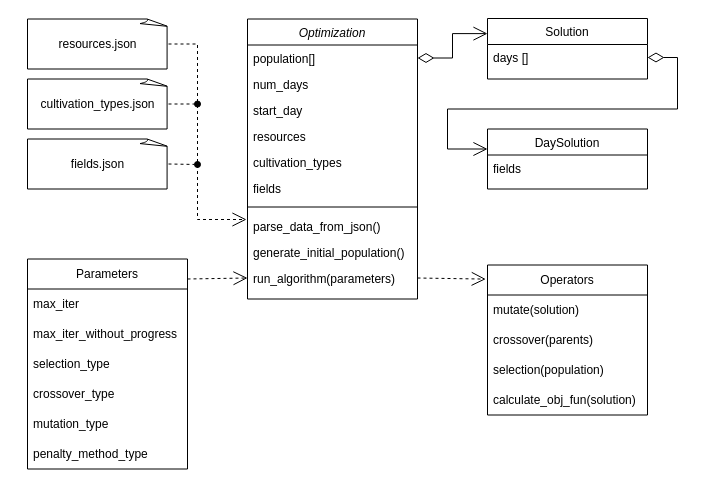
Above: doc/Untitled.drawio in hudaszekpiotr/InzynierkaProgram (draw.io), before the change. Source tidied: cells renumbered, new cells numbered last; positions are measured from the earlier drawing's top-left corner, leaving out a move shared by most shapes. Both pictures are drawn from the tidied source at 100%, with x=0, y=0 at pixel (27, 18).
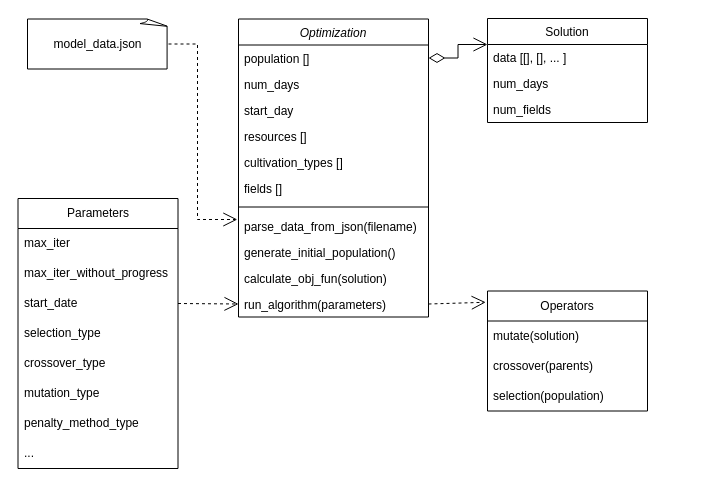
Above is the later version.

Change to the diagram source:
```diff
@@
     <mxCell id="2" value="Optimization" style="swimlane;fontStyle=2;align=center;verticalAlign=top;horizontal=1;startSize=26;rounded=0;shadow=0;strokeWidth=1;" parent="1" vertex="1">
-      <mxGeometry x="220" y="0.5" width="170" height="280" as="geometry" />
+      <mxGeometry x="211" y="0.5" width="190" height="298" as="geometry" />
     </mxCell>
-    <mxCell id="3" value="population[]" style="text;align=left;verticalAlign=top;spacingLeft=4;spacingRight=4;overflow=hidden;points=[[0,0.5],[1,0.5]];portConstraint=eastwest;" parent="2" vertex="1">
-      <mxGeometry y="26" width="170" height="26" as="geometry" />
+    <mxCell id="3" value="population []" style="text;align=left;verticalAlign=top;spacingLeft=4;spacingRight=4;overflow=hidden;points=[[0,0.5],[1,0.5]];portConstraint=eastwest;" parent="2" vertex="1">
+      <mxGeometry y="26" width="190" height="26" as="geometry" />
     </mxCell>
     <mxCell id="4" value="num_days" style="text;align=left;verticalAlign=top;spacingLeft=4;spacingRight=4;overflow=hidden;" parent="2" vertex="1">
-      <mxGeometry y="52" width="170" height="26" as="geometry" />
+      <mxGeometry y="52" width="190" height="26" as="geometry" />
     </mxCell>
     <mxCell id="5" value="start_day" style="text;align=left;verticalAlign=top;spacingLeft=4;spacingRight=4;overflow=hidden;rounded=0;shadow=0;html=0;" parent="2" vertex="1">
-      <mxGeometry y="78" width="170" height="26" as="geometry" />
+      <mxGeometry y="78" width="190" height="26" as="geometry" />
     </mxCell>
-    <mxCell id="6" value="resources" style="text;align=left;verticalAlign=top;spacingLeft=4;spacingRight=4;overflow=hidden;rounded=0;shadow=0;html=0;" parent="2" vertex="1">
-      <mxGeometry y="104" width="170" height="26" as="geometry" />
+    <mxCell id="6" value="resources []" style="text;align=left;verticalAlign=top;spacingLeft=4;spacingRight=4;overflow=hidden;rounded=0;shadow=0;html=0;" parent="2" vertex="1">
+      <mxGeometry y="104" width="190" height="26" as="geometry" />
     </mxCell>
-    <mxCell id="7" value="cultivation_types" style="text;align=left;verticalAlign=top;spacingLeft=4;spacingRight=4;overflow=hidden;rounded=0;shadow=0;html=0;" parent="2" vertex="1">
-      <mxGeometry y="130" width="170" height="26" as="geometry" />
+    <mxCell id="7" value="cultivation_types []" style="text;align=left;verticalAlign=top;spacingLeft=4;spacingRight=4;overflow=hidden;rounded=0;shadow=0;html=0;" parent="2" vertex="1">
+      <mxGeometry y="130" width="190" height="26" as="geometry" />
     </mxCell>
-    <mxCell id="8" value="fields" style="text;align=left;verticalAlign=top;spacingLeft=4;spacingRight=4;overflow=hidden;rounded=0;shadow=0;html=0;" parent="2" vertex="1">
-      <mxGeometry y="156" width="170" height="26" as="geometry" />
+    <mxCell id="8" value="fields []" style="text;align=left;verticalAlign=top;spacingLeft=4;spacingRight=4;overflow=hidden;rounded=0;shadow=0;html=0;" parent="2" vertex="1">
+      <mxGeometry y="156" width="190" height="26" as="geometry" />
     </mxCell>
     <mxCell id="9" style="line;html=1;strokeWidth=1;align=left;verticalAlign=middle;spacingTop=-1;spacingLeft=3;spacingRight=3;labelPosition=right;" parent="2" vertex="1">
-      <mxGeometry y="182" width="170" height="12" as="geometry" />
+      <mxGeometry y="182" width="190" height="12" as="geometry" />
     </mxCell>
-    <mxCell id="10" value="parse_data_from_json()" style="text;align=left;verticalAlign=top;spacingLeft=4;spacingRight=4;overflow=hidden;points=[[0,0.5],[1,0.5]];portConstraint=eastwest;" parent="2" vertex="1">
-      <mxGeometry y="194" width="170" height="26" as="geometry" />
+    <mxCell id="10" value="parse_data_from_json(filename)" style="text;align=left;verticalAlign=top;spacingLeft=4;spacingRight=4;overflow=hidden;points=[[0,0.5],[1,0.5]];portConstraint=eastwest;" parent="2" vertex="1">
+      <mxGeometry y="194" width="190" height="26" as="geometry" />
     </mxCell>
     <mxCell id="11" value="generate_initial_population()" style="text;align=left;verticalAlign=top;spacingLeft=4;spacingRight=4;overflow=hidden;" parent="2" vertex="1">
-      <mxGeometry y="220" width="170" height="26" as="geometry" />
+      <mxGeometry y="220" width="190" height="26" as="geometry" />
     </mxCell>
+    <mxCell id="30" value="calculate_obj_fun(solution)" style="text;align=left;verticalAlign=top;spacingLeft=4;spacingRight=4;overflow=hidden;" parent="2" vertex="1">
+      <mxGeometry y="246" width="190" height="26" as="geometry" />
+    </mxCell>
     <mxCell id="12" value="run_algorithm(parameters)" style="text;align=left;verticalAlign=top;spacingLeft=4;spacingRight=4;overflow=hidden;points=[[0,0.5],[1,0.5]];portConstraint=eastwest;" parent="2" vertex="1">
-      <mxGeometry y="246" width="170" height="26" as="geometry" />
+      <mxGeometry y="272" width="190" height="26" as="geometry" />
     </mxCell>
     <mxCell id="13" value="Solution" style="swimlane;fontStyle=0;align=center;verticalAlign=top;horizontal=1;startSize=26;rounded=0;shadow=0;strokeWidth=1;" parent="1" vertex="1">
-      <mxGeometry x="460" width="160" height="60.5" as="geometry" />
+      <mxGeometry x="460" width="160" height="104" as="geometry" />
     </mxCell>
-    <mxCell id="14" value="days []" style="text;align=left;verticalAlign=top;spacingLeft=4;spacingRight=4;overflow=hidden;points=[[0,0.5],[1,0.5]];portConstraint=eastwest;" parent="13" vertex="1">
+    <mxCell id="14" value="data [[], [], ... ]" style="text;align=left;verticalAlign=top;spacingLeft=4;spacingRight=4;overflow=hidden;points=[[0,0.5],[1,0.5]];portConstraint=eastwest;" parent="13" vertex="1">
       <mxGeometry y="26" width="160" height="26" as="geometry" />
     </mxCell>
-    <mxCell id="15" value="DaySolution" style="swimlane;fontStyle=0;align=center;verticalAlign=top;horizontal=1;startSize=26;rounded=0;shadow=0;strokeWidth=1;" parent="1" vertex="1">
-      <mxGeometry x="460" y="110.5" width="160" height="60" as="geometry" />
-    </mxCell>
-    <mxCell id="16" value="fields" style="text;align=left;verticalAlign=top;spacingLeft=4;spacingRight=4;overflow=hidden;" parent="15" vertex="1">
-      <mxGeometry y="26" width="160" height="26" as="geometry" />
-    </mxCell>
+    <mxCell id="39" value="num_days" style="text;align=left;verticalAlign=top;spacingLeft=4;spacingRight=4;overflow=hidden;" parent="13" vertex="1">
+      <mxGeometry y="52" width="160" height="26" as="geometry" />
+    </mxCell>
+    <mxCell id="40" value="num_fields" style="text;align=left;verticalAlign=top;spacingLeft=4;spacingRight=4;overflow=hidden;" parent="13" vertex="1">
+      <mxGeometry y="78" width="160" height="26" as="geometry" />
+    </mxCell>
     <mxCell id="17" value="Parameters" style="swimlane;fontStyle=0;horizontal=1;startSize=30;whiteSpace=wrap;html=1;" parent="1" vertex="1">
-      <mxGeometry y="240.5" width="160" height="210" as="geometry" />
+      <mxGeometry x="-9.5" y="180" width="160" height="270" as="geometry" />
     </mxCell>
@@
+    <mxCell id="41" value="start_date" style="text;strokeColor=none;fillColor=none;align=left;verticalAlign=middle;spacingLeft=4;spacingRight=4;overflow=hidden;points=[[0,0.5],[1,0.5]];portConstraint=eastwest;whiteSpace=wrap;html=1;" parent="17" vertex="1">
+      <mxGeometry y="90" width="160" height="30" as="geometry" />
+    </mxCell>
     <mxCell id="20" value="selection_type" style="text;strokeColor=none;fillColor=none;align=left;verticalAlign=middle;spacingLeft=4;spacingRight=4;overflow=hidden;whiteSpace=wrap;html=1;" parent="17" vertex="1">
-      <mxGeometry y="90" width="160" height="30" as="geometry" />
+      <mxGeometry y="120" width="160" height="30" as="geometry" />
     </mxCell>
     <mxCell id="21" value="crossover_type" style="text;strokeColor=none;fillColor=none;align=left;verticalAlign=middle;spacingLeft=4;spacingRight=4;overflow=hidden;whiteSpace=wrap;html=1;" parent="17" vertex="1">
-      <mxGeometry y="120" width="160" height="30" as="geometry" />
+      <mxGeometry y="150" width="160" height="30" as="geometry" />
     </mxCell>
     <mxCell id="22" value="mutation_type" style="text;strokeColor=none;fillColor=none;align=left;verticalAlign=middle;spacingLeft=4;spacingRight=4;overflow=hidden;whiteSpace=wrap;html=1;" parent="17" vertex="1">
-      <mxGeometry y="150" width="160" height="30" as="geometry" />
+      <mxGeometry y="180" width="160" height="30" as="geometry" />
     </mxCell>
     <mxCell id="23" value="penalty_method_type" style="text;strokeColor=none;fillColor=none;align=left;verticalAlign=middle;spacingLeft=4;spacingRight=4;overflow=hidden;whiteSpace=wrap;html=1;" parent="17" vertex="1">
-      <mxGeometry y="180" width="160" height="30" as="geometry" />
+      <mxGeometry y="210" width="160" height="30" as="geometry" />
     </mxCell>
+    <mxCell id="42" value="..." style="text;strokeColor=none;fillColor=none;align=left;verticalAlign=middle;spacingLeft=4;spacingRight=4;overflow=hidden;whiteSpace=wrap;html=1;" parent="17" vertex="1">
+      <mxGeometry y="240" width="160" height="30" as="geometry" />
+    </mxCell>
@@
-    <mxCell id="25" style="endArrow=open;html=1;endSize=12;startArrow=diamondThin;startSize=14;startFill=0;edgeStyle=orthogonalEdgeStyle;align=left;verticalAlign=bottom;rounded=0;exitX=1;exitY=0.5;exitDx=0;exitDy=0;" parent="1" edge="1" source="14">
-      <mxGeometry x="-1" y="3" relative="1" as="geometry">
-        <mxPoint x="460" y="130.5" as="targetPoint" />
-        <Array as="points">
-          <mxPoint x="650" y="39.5" />
-          <mxPoint x="650" y="90.5" />
-          <mxPoint x="420" y="90.5" />
-          <mxPoint x="420" y="130.5" />
-          <mxPoint x="460" y="130.5" />
-        </Array>
-      </mxGeometry>
-    </mxCell>
     <mxCell id="26" value="Operators" style="swimlane;fontStyle=0;horizontal=1;startSize=30;whiteSpace=wrap;html=1;" parent="1" vertex="1">
-      <mxGeometry x="460" y="246.5" width="160" height="150" as="geometry" />
+      <mxGeometry x="460" y="272.5" width="160" height="120" as="geometry" />
     </mxCell>
@@
-    <mxCell id="30" value="calculate_obj_fun(solution)" style="text;strokeColor=none;fillColor=none;align=left;verticalAlign=middle;spacingLeft=4;spacingRight=4;overflow=hidden;whiteSpace=wrap;html=1;" parent="26" vertex="1">
-      <mxGeometry y="120" width="160" height="30" as="geometry" />
-    </mxCell>
@@
-    <mxCell id="32" value="&lt;span style=&quot;text-align: left;&quot;&gt;cultivation_types.json&lt;/span&gt;" style="whiteSpace=wrap;html=1;shape=mxgraph.basic.document;strokeColor=#000000;" parent="1" vertex="1">
-      <mxGeometry y="60.5" width="141" height="50" as="geometry" />
-    </mxCell>
-    <mxCell id="33" value="resources.json" style="whiteSpace=wrap;html=1;shape=mxgraph.basic.document;strokeColor=#000000;" parent="1" vertex="1">
+    <mxCell id="33" value="model_data.json" style="whiteSpace=wrap;html=1;shape=mxgraph.basic.document;strokeColor=#000000;" parent="1" vertex="1">
       <mxGeometry y="0.5" width="141" height="50" as="geometry" />
     </mxCell>
-    <mxCell id="34" value="fields.json" style="whiteSpace=wrap;html=1;shape=mxgraph.basic.document;strokeColor=#000000;" parent="1" vertex="1">
-      <mxGeometry y="120.5" width="141" height="50" as="geometry" />
-    </mxCell>
@@
-    <mxCell id="36" style="endArrow=oval;dashed=1;endFill=1;endSize=6;html=1;rounded=0;jumpStyle=sharp;exitX=1;exitY=0.5;exitDx=0;exitDy=0;exitPerimeter=0;" parent="1" edge="1" source="32">
-      <mxGeometry relative="1" as="geometry">
-        <mxPoint x="170" y="85.5" as="targetPoint" />
-      </mxGeometry>
-    </mxCell>
-    <mxCell id="37" style="endArrow=oval;dashed=1;endFill=1;endSize=6;html=1;rounded=0;jumpStyle=sharp;exitX=1;exitY=0.5;exitDx=0;exitDy=0;exitPerimeter=0;startSize=6;" parent="1" edge="1" source="34">
-      <mxGeometry relative="1" as="geometry">
-        <mxPoint x="170" y="146" as="targetPoint" />
-      </mxGeometry>
-    </mxCell>
-    <mxCell id="38" style="endArrow=open;endFill=1;endSize=12;html=1;rounded=0;dashed=1;strokeWidth=1;jumpStyle=sharp;entryX=0;entryY=0.5;entryDx=0;entryDy=0;" parent="1" edge="1" target="12">
-      <mxGeometry relative="1" as="geometry">
-        <mxPoint x="160" y="260.5" as="sourcePoint" />
-      </mxGeometry>
+    <mxCell id="38" style="endArrow=open;endFill=1;endSize=12;html=1;rounded=0;dashed=1;strokeWidth=1;jumpStyle=sharp;entryX=0;entryY=0.5;entryDx=0;entryDy=0;exitX=1;exitY=0.5;exitDx=0;exitDy=0;" parent="1" edge="1" source="41" target="12">
+      <mxGeometry relative="1" as="geometry" />
     </mxCell>
```
